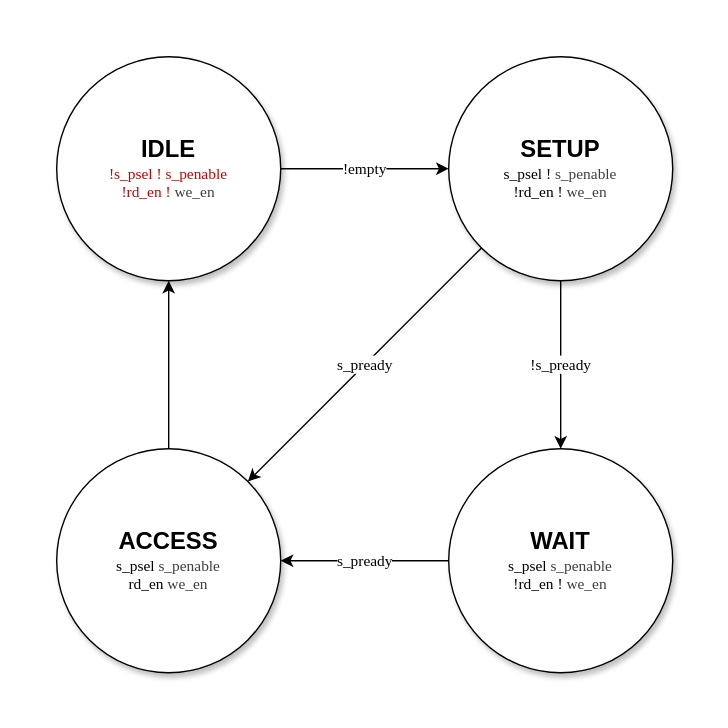
Earlier version of the draw.io export document/apb_cdc_fsm.svg (ADN-VLSI/Batch2_testing). Source tidied: cells renumbered, new cells last; positions are measured from the earlier drawing's top-left corner, leaving out a move shared by most shapes. Its diagram source:
```xml
<mxGraphModel>
  <root>
    <mxCell id="0" />
    <mxCell id="1" parent="0" />
    <mxCell id="2" style="whiteSpace=wrap;html=1;strokeColor=none;" parent="1" vertex="1">
      <mxGeometry width="520" height="520" as="geometry" />
    </mxCell>
    <mxCell id="3" value="&amp;nbsp;!empty&amp;nbsp;" style="edgeStyle=orthogonalEdgeStyle;shape=connector;rounded=0;html=1;strokeColor=default;align=center;verticalAlign=middle;fontFamily=Lucida Console;fontSize=11;fontColor=default;labelBackgroundColor=default;endArrow=classic;curved=0;endFill=1;" parent="1" edge="1" source="4" target="7">
      <mxGeometry relative="1" as="geometry" />
    </mxCell>
    <mxCell id="4" value="&lt;font style=&quot;font-size: 17px;&quot;&gt;IDLE&lt;/font&gt;&lt;div&gt;&lt;font style=&quot;color: rgb(204, 0, 0);&quot; face=&quot;Lucida Console&quot;&gt;&lt;span style=&quot;font-weight: normal;&quot;&gt;!s_psel !&lt;/span&gt;&lt;span style=&quot;font-weight: normal; background-color: light-dark(#ffffff, var(--ge-dark-color, #121212));&quot;&gt;s_penable&lt;/span&gt;&lt;/font&gt;&lt;/div&gt;&lt;div&gt;&lt;font face=&quot;Lucida Console&quot;&gt;&lt;font style=&quot;color: rgb(204, 0, 0);&quot;&gt;&lt;span style=&quot;font-weight: 400;&quot;&gt;!rd_en !&lt;/span&gt;&lt;span style=&quot;font-weight: 400; background-color: light-dark(#ffffff, var(--ge-dark-color, #121212)); color: rgb(63, 63, 63);&quot;&gt;we_en&amp;nbsp; &lt;/span&gt;&lt;/font&gt;&lt;span style=&quot;color: rgb(63, 63, 63); font-weight: 400; background-color: light-dark(#ffffff, var(--ge-dark-color, #121212));&quot;&gt;&amp;nbsp;&lt;/span&gt;&lt;/font&gt;&lt;/div&gt;" style="ellipse;whiteSpace=wrap;html=1;fontFamily=Helvetica;fontSize=11;fontColor=default;labelBackgroundColor=default;fontStyle=1;shadow=1;" parent="1" vertex="1">
      <mxGeometry x="40" y="40" width="160" height="160" as="geometry" />
    </mxCell>
    <mxCell id="5" value="!s_pready" style="edgeStyle=orthogonalEdgeStyle;shape=connector;rounded=0;html=1;strokeColor=default;align=center;verticalAlign=middle;fontFamily=Lucida Console;fontSize=11;fontColor=default;labelBackgroundColor=default;endArrow=classic;endFill=1;curved=0;" parent="1" edge="1" source="7" target="11">
      <mxGeometry relative="1" as="geometry" />
    </mxCell>
    <mxCell id="6" value="s_pready" style="shape=connector;rounded=0;html=1;strokeColor=default;align=center;verticalAlign=middle;fontFamily=Lucida Console;fontSize=11;fontColor=default;labelBackgroundColor=default;endArrow=classic;endFill=1;" parent="1" edge="1" source="7" target="9">
      <mxGeometry relative="1" as="geometry" />
    </mxCell>
    <mxCell id="7" value="&lt;font style=&quot;font-size: 17px;&quot;&gt;SETUP&lt;/font&gt;&lt;div&gt;&lt;font face=&quot;Lucida Console&quot;&gt;&lt;span style=&quot;font-weight: normal;&quot;&gt;&amp;nbsp;s_psel !&lt;/span&gt;&lt;span style=&quot;color: rgb(63, 63, 63); font-weight: normal; background-color: light-dark(#ffffff, var(--ge-dark-color, #121212));&quot;&gt;s_penable&lt;/span&gt;&lt;/font&gt;&lt;/div&gt;&lt;div&gt;&lt;font face=&quot;Lucida Console&quot;&gt;&lt;span style=&quot;font-weight: 400;&quot;&gt;!rd_en !&lt;/span&gt;&lt;span style=&quot;color: rgb(63, 63, 63); font-weight: 400; background-color: light-dark(#ffffff, var(--ge-dark-color, #121212));&quot;&gt;we_en&amp;nbsp; &amp;nbsp;&lt;/span&gt;&lt;/font&gt;&lt;/div&gt;" style="ellipse;whiteSpace=wrap;html=1;fontFamily=Helvetica;fontSize=11;fontColor=default;labelBackgroundColor=default;fontStyle=1;shadow=1;" parent="1" vertex="1">
      <mxGeometry x="320" y="40" width="160" height="160" as="geometry" />
    </mxCell>
    <mxCell id="8" style="edgeStyle=orthogonalEdgeStyle;shape=connector;rounded=0;html=1;strokeColor=default;align=center;verticalAlign=middle;fontFamily=Lucida Console;fontSize=11;fontColor=default;labelBackgroundColor=default;endArrow=classic;endFill=1;curved=0;" parent="1" edge="1" source="9" target="4">
      <mxGeometry relative="1" as="geometry" />
    </mxCell>
    <mxCell id="9" value="&lt;font style=&quot;font-size: 17px;&quot;&gt;ACCESS&lt;/font&gt;&lt;div&gt;&lt;font face=&quot;Lucida Console&quot;&gt;&lt;span style=&quot;font-weight: normal;&quot;&gt;&amp;nbsp;s_psel&amp;nbsp;&amp;nbsp;&lt;/span&gt;&lt;span style=&quot;color: rgb(63, 63, 63); font-weight: normal; background-color: light-dark(#ffffff, var(--ge-dark-color, #121212));&quot;&gt;s_penable&lt;/span&gt;&lt;/font&gt;&lt;/div&gt;&lt;div&gt;&lt;font face=&quot;Lucida Console&quot;&gt;&lt;span style=&quot;font-weight: 400;&quot;&gt;&amp;nbsp;rd_en&amp;nbsp;&amp;nbsp;&lt;/span&gt;&lt;span style=&quot;color: rgb(63, 63, 63); font-weight: 400; background-color: light-dark(#ffffff, var(--ge-dark-color, #121212));&quot;&gt;we_en&amp;nbsp; &amp;nbsp;&lt;/span&gt;&lt;/font&gt;&lt;/div&gt;" style="ellipse;whiteSpace=wrap;html=1;fontFamily=Helvetica;fontSize=11;fontColor=default;labelBackgroundColor=default;fontStyle=1;shadow=1;" parent="1" vertex="1">
      <mxGeometry x="40" y="320" width="160" height="160" as="geometry" />
    </mxCell>
    <mxCell id="10" value="&amp;nbsp;s_pready&amp;nbsp;" style="edgeStyle=orthogonalEdgeStyle;shape=connector;rounded=0;html=1;strokeColor=default;align=center;verticalAlign=middle;fontFamily=Lucida Console;fontSize=11;fontColor=default;labelBackgroundColor=default;endArrow=classic;endFill=1;curved=0;" parent="1" edge="1" source="11" target="9">
      <mxGeometry relative="1" as="geometry" />
    </mxCell>
    <mxCell id="11" value="&lt;font style=&quot;font-size: 17px;&quot;&gt;WAIT&lt;/font&gt;&lt;div&gt;&lt;font face=&quot;Lucida Console&quot;&gt;&lt;span style=&quot;font-weight: normal;&quot;&gt;&amp;nbsp;s_psel&amp;nbsp;&amp;nbsp;&lt;/span&gt;&lt;span style=&quot;color: rgb(63, 63, 63); font-weight: normal; background-color: light-dark(#ffffff, var(--ge-dark-color, #121212));&quot;&gt;s_penable&lt;/span&gt;&lt;/font&gt;&lt;/div&gt;&lt;div&gt;&lt;font face=&quot;Lucida Console&quot;&gt;&lt;span style=&quot;font-weight: 400;&quot;&gt;!rd_en !&lt;/span&gt;&lt;span style=&quot;color: rgb(63, 63, 63); font-weight: 400; background-color: light-dark(#ffffff, var(--ge-dark-color, #121212));&quot;&gt;we_en&amp;nbsp; &amp;nbsp;&lt;/span&gt;&lt;/font&gt;&lt;/div&gt;" style="ellipse;whiteSpace=wrap;html=1;fontFamily=Helvetica;fontSize=11;fontColor=default;labelBackgroundColor=default;fontStyle=1;shadow=1;" parent="1" vertex="1">
      <mxGeometry x="320" y="320" width="160" height="160" as="geometry" />
    </mxCell>
  </root>
</mxGraphModel>
```
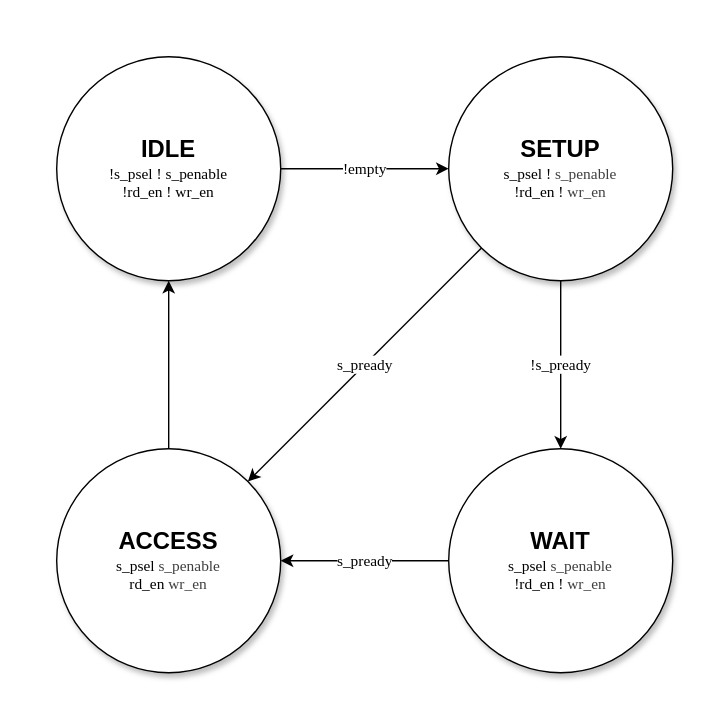
Above is the later version.

What changed in the source:
```diff
@@ -8,7 +8,7 @@
     <mxCell id="3" value="&amp;nbsp;!empty&amp;nbsp;" style="edgeStyle=orthogonalEdgeStyle;shape=connector;rounded=0;html=1;strokeColor=default;align=center;verticalAlign=middle;fontFamily=Lucida Console;fontSize=11;fontColor=default;labelBackgroundColor=default;endArrow=classic;curved=0;endFill=1;" parent="1" edge="1" source="4" target="7">
       <mxGeometry relative="1" as="geometry" />
     </mxCell>
-    <mxCell id="4" value="&lt;font style=&quot;font-size: 17px;&quot;&gt;IDLE&lt;/font&gt;&lt;div&gt;&lt;font style=&quot;color: rgb(204, 0, 0);&quot; face=&quot;Lucida Console&quot;&gt;&lt;span style=&quot;font-weight: normal;&quot;&gt;!s_psel !&lt;/span&gt;&lt;span style=&quot;font-weight: normal; background-color: light-dark(#ffffff, var(--ge-dark-color, #121212));&quot;&gt;s_penable&lt;/span&gt;&lt;/font&gt;&lt;/div&gt;&lt;div&gt;&lt;font face=&quot;Lucida Console&quot;&gt;&lt;font style=&quot;color: rgb(204, 0, 0);&quot;&gt;&lt;span style=&quot;font-weight: 400;&quot;&gt;!rd_en !&lt;/span&gt;&lt;span style=&quot;font-weight: 400; background-color: light-dark(#ffffff, var(--ge-dark-color, #121212)); color: rgb(63, 63, 63);&quot;&gt;we_en&amp;nbsp; &lt;/span&gt;&lt;/font&gt;&lt;span style=&quot;color: rgb(63, 63, 63); font-weight: 400; background-color: light-dark(#ffffff, var(--ge-dark-color, #121212));&quot;&gt;&amp;nbsp;&lt;/span&gt;&lt;/font&gt;&lt;/div&gt;" style="ellipse;whiteSpace=wrap;html=1;fontFamily=Helvetica;fontSize=11;fontColor=default;labelBackgroundColor=default;fontStyle=1;shadow=1;" parent="1" vertex="1">
+    <mxCell id="4" value="&lt;font style=&quot;font-size: 17px;&quot;&gt;IDLE&lt;/font&gt;&lt;div&gt;&lt;font style=&quot;&quot; face=&quot;Lucida Console&quot;&gt;&lt;span style=&quot;font-weight: normal;&quot;&gt;!s_psel !&lt;/span&gt;&lt;span style=&quot;font-weight: normal; background-color: light-dark(#ffffff, var(--ge-dark-color, #121212));&quot;&gt;s_penable&lt;/span&gt;&lt;/font&gt;&lt;/div&gt;&lt;div&gt;&lt;font face=&quot;Lucida Console&quot;&gt;&lt;font style=&quot;&quot;&gt;&lt;span style=&quot;font-weight: 400;&quot;&gt;!rd_en !&lt;/span&gt;&lt;span style=&quot;font-weight: 400; background-color: light-dark(#ffffff, var(--ge-dark-color, #121212));&quot;&gt;wr_en&amp;nbsp; &lt;/span&gt;&lt;/font&gt;&lt;span style=&quot;font-weight: 400; background-color: light-dark(#ffffff, var(--ge-dark-color, #121212));&quot;&gt;&amp;nbsp;&lt;/span&gt;&lt;/font&gt;&lt;/div&gt;" style="ellipse;whiteSpace=wrap;html=1;fontFamily=Helvetica;fontSize=11;fontColor=default;labelBackgroundColor=default;fontStyle=1;shadow=1;" parent="1" vertex="1">
       <mxGeometry x="40" y="40" width="160" height="160" as="geometry" />
     </mxCell>
     <mxCell id="5" value="!s_pready" style="edgeStyle=orthogonalEdgeStyle;shape=connector;rounded=0;html=1;strokeColor=default;align=center;verticalAlign=middle;fontFamily=Lucida Console;fontSize=11;fontColor=default;labelBackgroundColor=default;endArrow=classic;endFill=1;curved=0;" parent="1" edge="1" source="7" target="11">
@@ -17,19 +17,19 @@
     <mxCell id="6" value="s_pready" style="shape=connector;rounded=0;html=1;strokeColor=default;align=center;verticalAlign=middle;fontFamily=Lucida Console;fontSize=11;fontColor=default;labelBackgroundColor=default;endArrow=classic;endFill=1;" parent="1" edge="1" source="7" target="9">
       <mxGeometry relative="1" as="geometry" />
     </mxCell>
-    <mxCell id="7" value="&lt;font style=&quot;font-size: 17px;&quot;&gt;SETUP&lt;/font&gt;&lt;div&gt;&lt;font face=&quot;Lucida Console&quot;&gt;&lt;span style=&quot;font-weight: normal;&quot;&gt;&amp;nbsp;s_psel !&lt;/span&gt;&lt;span style=&quot;color: rgb(63, 63, 63); font-weight: normal; background-color: light-dark(#ffffff, var(--ge-dark-color, #121212));&quot;&gt;s_penable&lt;/span&gt;&lt;/font&gt;&lt;/div&gt;&lt;div&gt;&lt;font face=&quot;Lucida Console&quot;&gt;&lt;span style=&quot;font-weight: 400;&quot;&gt;!rd_en !&lt;/span&gt;&lt;span style=&quot;color: rgb(63, 63, 63); font-weight: 400; background-color: light-dark(#ffffff, var(--ge-dark-color, #121212));&quot;&gt;we_en&amp;nbsp; &amp;nbsp;&lt;/span&gt;&lt;/font&gt;&lt;/div&gt;" style="ellipse;whiteSpace=wrap;html=1;fontFamily=Helvetica;fontSize=11;fontColor=default;labelBackgroundColor=default;fontStyle=1;shadow=1;" parent="1" vertex="1">
+    <mxCell id="7" value="&lt;font style=&quot;font-size: 17px;&quot;&gt;SETUP&lt;/font&gt;&lt;div&gt;&lt;font face=&quot;Lucida Console&quot;&gt;&lt;span style=&quot;font-weight: normal;&quot;&gt;&amp;nbsp;s_psel !&lt;/span&gt;&lt;span style=&quot;color: rgb(63, 63, 63); font-weight: normal; background-color: light-dark(#ffffff, var(--ge-dark-color, #121212));&quot;&gt;s_penable&lt;/span&gt;&lt;/font&gt;&lt;/div&gt;&lt;div&gt;&lt;font face=&quot;Lucida Console&quot;&gt;&lt;span style=&quot;font-weight: 400;&quot;&gt;!rd_en !&lt;/span&gt;&lt;span style=&quot;color: rgb(63, 63, 63); font-weight: 400; background-color: light-dark(#ffffff, var(--ge-dark-color, #121212));&quot;&gt;wr_en&amp;nbsp; &amp;nbsp;&lt;/span&gt;&lt;/font&gt;&lt;/div&gt;" style="ellipse;whiteSpace=wrap;html=1;fontFamily=Helvetica;fontSize=11;fontColor=default;labelBackgroundColor=default;fontStyle=1;shadow=1;" parent="1" vertex="1">
       <mxGeometry x="320" y="40" width="160" height="160" as="geometry" />
     </mxCell>
     <mxCell id="8" style="edgeStyle=orthogonalEdgeStyle;shape=connector;rounded=0;html=1;strokeColor=default;align=center;verticalAlign=middle;fontFamily=Lucida Console;fontSize=11;fontColor=default;labelBackgroundColor=default;endArrow=classic;endFill=1;curved=0;" parent="1" edge="1" source="9" target="4">
       <mxGeometry relative="1" as="geometry" />
     </mxCell>
-    <mxCell id="9" value="&lt;font style=&quot;font-size: 17px;&quot;&gt;ACCESS&lt;/font&gt;&lt;div&gt;&lt;font face=&quot;Lucida Console&quot;&gt;&lt;span style=&quot;font-weight: normal;&quot;&gt;&amp;nbsp;s_psel&amp;nbsp;&amp;nbsp;&lt;/span&gt;&lt;span style=&quot;color: rgb(63, 63, 63); font-weight: normal; background-color: light-dark(#ffffff, var(--ge-dark-color, #121212));&quot;&gt;s_penable&lt;/span&gt;&lt;/font&gt;&lt;/div&gt;&lt;div&gt;&lt;font face=&quot;Lucida Console&quot;&gt;&lt;span style=&quot;font-weight: 400;&quot;&gt;&amp;nbsp;rd_en&amp;nbsp;&amp;nbsp;&lt;/span&gt;&lt;span style=&quot;color: rgb(63, 63, 63); font-weight: 400; background-color: light-dark(#ffffff, var(--ge-dark-color, #121212));&quot;&gt;we_en&amp;nbsp; &amp;nbsp;&lt;/span&gt;&lt;/font&gt;&lt;/div&gt;" style="ellipse;whiteSpace=wrap;html=1;fontFamily=Helvetica;fontSize=11;fontColor=default;labelBackgroundColor=default;fontStyle=1;shadow=1;" parent="1" vertex="1">
+    <mxCell id="9" value="&lt;font style=&quot;font-size: 17px;&quot;&gt;ACCESS&lt;/font&gt;&lt;div&gt;&lt;font face=&quot;Lucida Console&quot;&gt;&lt;span style=&quot;font-weight: normal;&quot;&gt;&amp;nbsp;s_psel&amp;nbsp;&amp;nbsp;&lt;/span&gt;&lt;span style=&quot;color: rgb(63, 63, 63); font-weight: normal; background-color: light-dark(#ffffff, var(--ge-dark-color, #121212));&quot;&gt;s_penable&lt;/span&gt;&lt;/font&gt;&lt;/div&gt;&lt;div&gt;&lt;font face=&quot;Lucida Console&quot;&gt;&lt;span style=&quot;font-weight: 400;&quot;&gt;&amp;nbsp;rd_en&amp;nbsp;&amp;nbsp;&lt;/span&gt;&lt;span style=&quot;color: rgb(63, 63, 63); font-weight: 400; background-color: light-dark(#ffffff, var(--ge-dark-color, #121212));&quot;&gt;wr_en&amp;nbsp; &amp;nbsp;&lt;/span&gt;&lt;/font&gt;&lt;/div&gt;" style="ellipse;whiteSpace=wrap;html=1;fontFamily=Helvetica;fontSize=11;fontColor=default;labelBackgroundColor=default;fontStyle=1;shadow=1;" parent="1" vertex="1">
       <mxGeometry x="40" y="320" width="160" height="160" as="geometry" />
     </mxCell>
     <mxCell id="10" value="&amp;nbsp;s_pready&amp;nbsp;" style="edgeStyle=orthogonalEdgeStyle;shape=connector;rounded=0;html=1;strokeColor=default;align=center;verticalAlign=middle;fontFamily=Lucida Console;fontSize=11;fontColor=default;labelBackgroundColor=default;endArrow=classic;endFill=1;curved=0;" parent="1" edge="1" source="11" target="9">
       <mxGeometry relative="1" as="geometry" />
     </mxCell>
-    <mxCell id="11" value="&lt;font style=&quot;font-size: 17px;&quot;&gt;WAIT&lt;/font&gt;&lt;div&gt;&lt;font face=&quot;Lucida Console&quot;&gt;&lt;span style=&quot;font-weight: normal;&quot;&gt;&amp;nbsp;s_psel&amp;nbsp;&amp;nbsp;&lt;/span&gt;&lt;span style=&quot;color: rgb(63, 63, 63); font-weight: normal; background-color: light-dark(#ffffff, var(--ge-dark-color, #121212));&quot;&gt;s_penable&lt;/span&gt;&lt;/font&gt;&lt;/div&gt;&lt;div&gt;&lt;font face=&quot;Lucida Console&quot;&gt;&lt;span style=&quot;font-weight: 400;&quot;&gt;!rd_en !&lt;/span&gt;&lt;span style=&quot;color: rgb(63, 63, 63); font-weight: 400; background-color: light-dark(#ffffff, var(--ge-dark-color, #121212));&quot;&gt;we_en&amp;nbsp; &amp;nbsp;&lt;/span&gt;&lt;/font&gt;&lt;/div&gt;" style="ellipse;whiteSpace=wrap;html=1;fontFamily=Helvetica;fontSize=11;fontColor=default;labelBackgroundColor=default;fontStyle=1;shadow=1;" parent="1" vertex="1">
+    <mxCell id="11" value="&lt;font style=&quot;font-size: 17px;&quot;&gt;WAIT&lt;/font&gt;&lt;div&gt;&lt;font face=&quot;Lucida Console&quot;&gt;&lt;span style=&quot;font-weight: normal;&quot;&gt;&amp;nbsp;s_psel&amp;nbsp;&amp;nbsp;&lt;/span&gt;&lt;span style=&quot;color: rgb(63, 63, 63); font-weight: normal; background-color: light-dark(#ffffff, var(--ge-dark-color, #121212));&quot;&gt;s_penable&lt;/span&gt;&lt;/font&gt;&lt;/div&gt;&lt;div&gt;&lt;font face=&quot;Lucida Console&quot;&gt;&lt;span style=&quot;font-weight: 400;&quot;&gt;!rd_en !&lt;/span&gt;&lt;span style=&quot;color: rgb(63, 63, 63); font-weight: 400; background-color: light-dark(#ffffff, var(--ge-dark-color, #121212));&quot;&gt;wr_en&amp;nbsp; &amp;nbsp;&lt;/span&gt;&lt;/font&gt;&lt;/div&gt;" style="ellipse;whiteSpace=wrap;html=1;fontFamily=Helvetica;fontSize=11;fontColor=default;labelBackgroundColor=default;fontStyle=1;shadow=1;" parent="1" vertex="1">
       <mxGeometry x="320" y="320" width="160" height="160" as="geometry" />
     </mxCell>
   </root>
```
